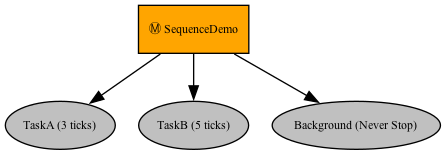
The Graphviz diagram Demo/render/sequence_demo_tree.png in Leung-Kam-Ho/Pytree_Demo, before a commit. Its source is kept beside it as Demo/render/sequence_demo_tree.dot.
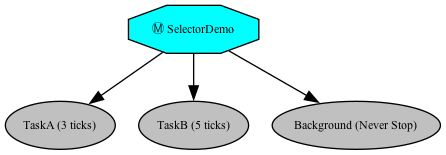
Later version of the same file.

Commit message:
feat: implement SelectorDemo with DelayedSuccess and DelayedFailure behaviors

The edit, as a diff of the source:
```diff
@@ -3,11 +3,11 @@
 graph [fontname="times-roman"];
 node [fontname="times-roman"];
 edge [fontname="times-roman"];
-SequenceDemo [label="Ⓜ SequenceDemo", shape=box, style=filled, fillcolor=orange, fontsize=9, fontcolor=black];
+SelectorDemo [label="Ⓜ SelectorDemo", shape=octagon, style=filled, fillcolor=cyan, fontsize=9, fontcolor=black];
 "TaskA (3 ticks)" [label="TaskA (3 ticks)", shape=ellipse, style=filled, fillcolor=gray, fontsize=9, fontcolor=black];
-SequenceDemo -> "TaskA (3 ticks)";
+SelectorDemo -> "TaskA (3 ticks)";
 "TaskB (5 ticks)" [label="TaskB (5 ticks)", shape=ellipse, style=filled, fillcolor=gray, fontsize=9, fontcolor=black];
-SequenceDemo -> "TaskB (5 ticks)";
+SelectorDemo -> "TaskB (5 ticks)";
 "Background (Never Stop)" [label="Background (Never Stop)", shape=ellipse, style=filled, fillcolor=gray, fontsize=9, fontcolor=black];
-SequenceDemo -> "Background (Never Stop)";
+SelectorDemo -> "Background (Never Stop)";
 }
```
